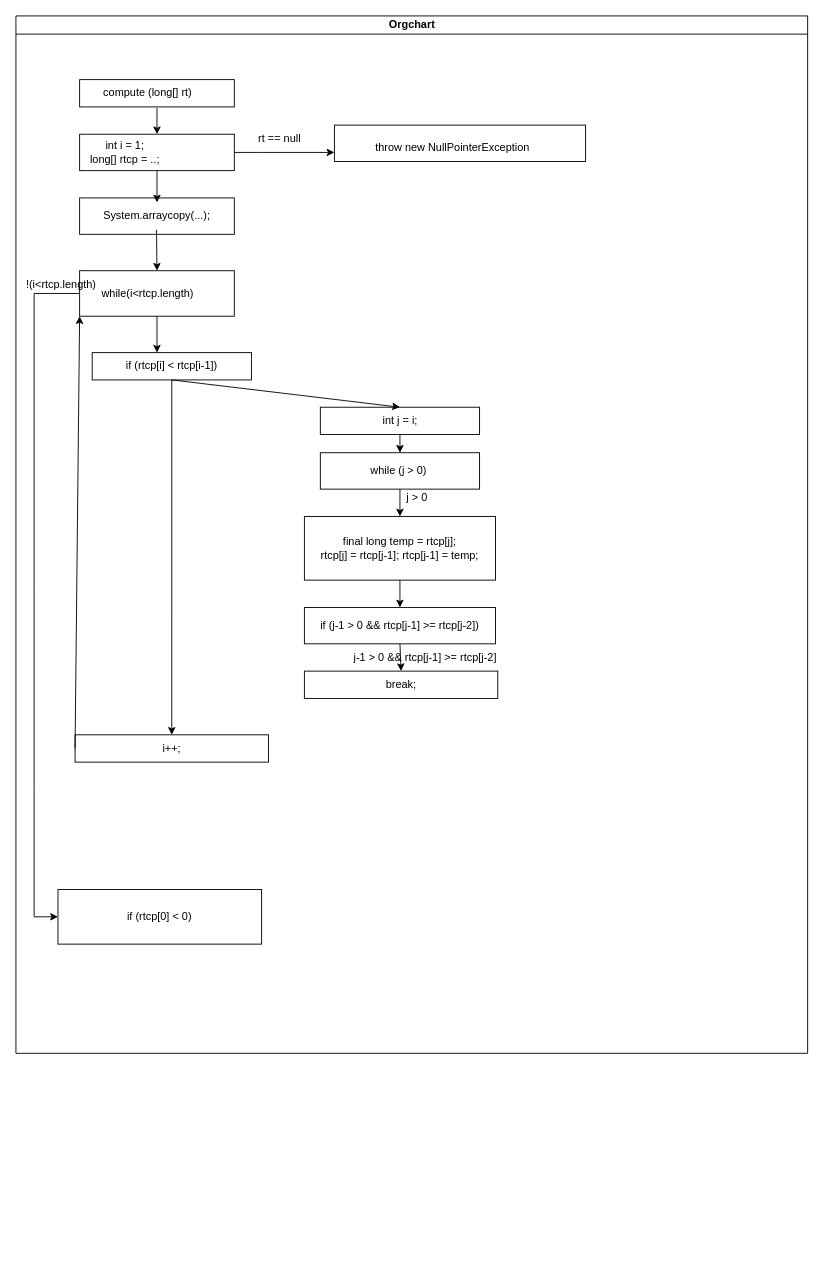
Earlier version of the draw.io diagram Se-ü5.drawio (Hiba97/Software-Engineering). Source tidied: cells renumbered, new cells numbered last; positions are measured from the earlier drawing's top-left corner, leaving out a move shared by most shapes. Both pictures are drawn from the tidied source at 91%, with x=0, y=0 at pixel (15, 15).
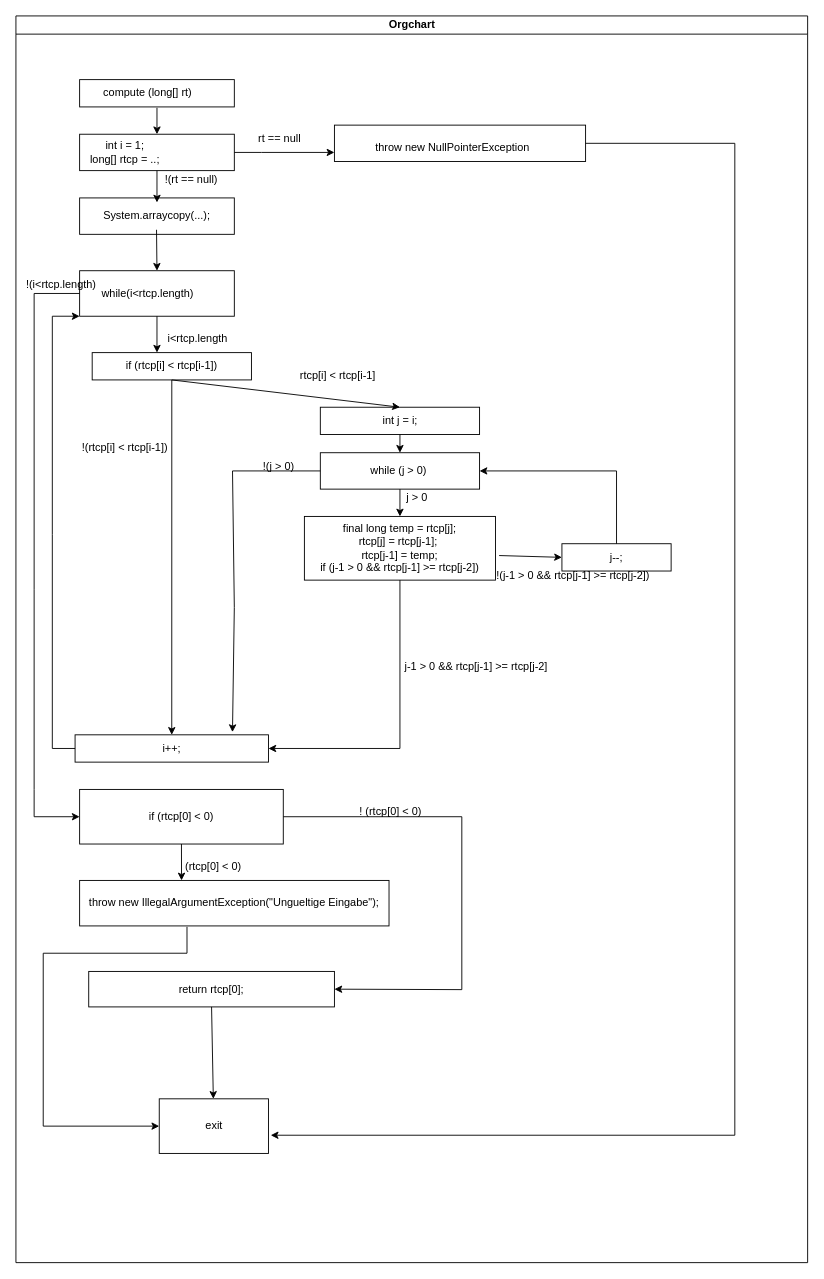
After the change.

The change refers to these unchanged cells:
```xml
<mxCell id="6" style="rounded=0;whiteSpace=wrap;html=1;" parent="2" vertex="1">
  <mxGeometry x="350" y="120" width="276" height="40" as="geometry" />
</mxCell>
<mxCell id="15" style="rounded=0;whiteSpace=wrap;html=1;" parent="2" vertex="1">
  <mxGeometry x="70" y="280" width="170" height="50" as="geometry" />
</mxCell>
<mxCell id="21" value="while (j &amp;gt; 0)&amp;nbsp;" style="rounded=0;whiteSpace=wrap;html=1;" parent="2" vertex="1">
  <mxGeometry x="334.5" y="480" width="175" height="40" as="geometry" />
</mxCell>
<mxCell id="29" value="i++;" style="rounded=0;whiteSpace=wrap;html=1;" parent="2" vertex="1">
  <mxGeometry x="65" y="790" width="212.5" height="30" as="geometry" />
</mxCell>
```

The edit, as a diff of the source:
```diff
@@
     <mxCell id="2" value="Orgchart" style="swimlane;html=1;startSize=20;horizontal=1;containerType=tree;glass=0;" parent="1" vertex="1">
-      <mxGeometry width="870" height="1140" as="geometry" />
+      <mxGeometry width="870" height="1370" as="geometry" />
     </mxCell>
@@
-    <mxCell id="24" value="&lt;div&gt;final long temp = rtcp[j];&lt;/div&gt;&lt;div&gt;rtcp[j] = rtcp[j-1]; rtcp[j-1] = temp;&lt;/div&gt;" style="rounded=0;whiteSpace=wrap;html=1;" parent="2" vertex="1">
+    <mxCell id="24" value="&lt;div&gt;final long temp = rtcp[j];&lt;/div&gt;&lt;div&gt;rtcp[j] = rtcp[j-1];&amp;nbsp;&lt;/div&gt;&lt;div&gt;rtcp[j-1] = temp;&lt;/div&gt;&lt;div&gt;if (j-1 &amp;gt; 0 &amp;amp;&amp;amp; rtcp[j-1] &amp;gt;= rtcp[j-2])&lt;br&gt;&lt;/div&gt;" style="rounded=0;whiteSpace=wrap;html=1;" parent="2" vertex="1">
       <mxGeometry x="317" y="550" width="210" height="70" as="geometry" />
     </mxCell>
@@
-    <mxCell id="26" value="if (j-1 &amp;gt; 0 &amp;amp;&amp;amp; rtcp[j-1] &amp;gt;= rtcp[j-2])" style="rounded=0;whiteSpace=wrap;html=1;" parent="2" vertex="1">
-      <mxGeometry x="317" y="650" width="210" height="40" as="geometry" />
-    </mxCell>
@@
-    <mxCell id="28" value="break;" style="rounded=0;whiteSpace=wrap;html=1;" parent="2" vertex="1">
-      <mxGeometry x="317" y="720" width="212.5" height="30" as="geometry" />
-    </mxCell>
@@
-    <mxCell id="31" style="endArrow=classic;html=1;rounded=0;exitX=0.5;exitY=1;exitDx=0;exitDy=0;entryX=0.5;entryY=0;entryDx=0;entryDy=0;" parent="2" edge="1" source="24" target="26">
-      <mxGeometry relative="1" as="geometry" />
+    <mxCell id="31" style="endArrow=classic;html=1;rounded=0;exitX=0.5;exitY=1;exitDx=0;exitDy=0;entryX=1;entryY=0.5;entryDx=0;entryDy=0;" parent="2" edge="1" source="24" target="29">
+      <mxGeometry relative="1" as="geometry">
+        <Array as="points">
+          <mxPoint x="422" y="805" />
+        </Array>
+      </mxGeometry>
     </mxCell>
-    <mxCell id="32" style="endArrow=classic;html=1;rounded=0;exitX=0.5;exitY=1;exitDx=0;exitDy=0;entryX=0.5;entryY=0;entryDx=0;entryDy=0;" parent="2" edge="1" source="26" target="28">
-      <mxGeometry relative="1" as="geometry" />
-    </mxCell>
     <mxCell id="33" value="j-1 &amp;gt; 0 &amp;amp;&amp;amp; rtcp[j-1] &amp;gt;= rtcp[j-2]" style="text;html=1;strokeColor=none;fillColor=none;align=center;verticalAlign=middle;whiteSpace=wrap;rounded=0;" parent="2" vertex="1">
-      <mxGeometry x="330" y="690" width="240" height="30" as="geometry" />
+      <mxGeometry x="386" y="700" width="240" height="30" as="geometry" />
     </mxCell>
     <mxCell id="34" value="if (rtcp[0] &amp;lt; 0)" style="rounded=0;whiteSpace=wrap;html=1;" parent="2" vertex="1">
-      <mxGeometry x="46.2" y="960" width="223.8" height="60" as="geometry" />
+      <mxGeometry x="70" y="850" width="223.8" height="60" as="geometry" />
     </mxCell>
     <mxCell id="35" style="endArrow=classic;html=1;rounded=0;exitX=0;exitY=0.5;exitDx=0;exitDy=0;entryX=0;entryY=0.5;entryDx=0;entryDy=0;" parent="2" edge="1" source="15" target="34">
       <mxGeometry relative="1" as="geometry">
         <Array as="points">
           <mxPoint x="20" y="305" />
           <mxPoint x="20" y="630" />
           <mxPoint x="20" y="850" />
-          <mxPoint x="20" y="990" />
+          <mxPoint x="20" y="880" />
         </Array>
       </mxGeometry>
     </mxCell>
     <mxCell id="36" style="endArrow=classic;html=1;rounded=0;exitX=0;exitY=0.5;exitDx=0;exitDy=0;entryX=0;entryY=1;entryDx=0;entryDy=0;" parent="2" edge="1" source="29" target="15">
-      <mxGeometry relative="1" as="geometry" />
+      <mxGeometry relative="1" as="geometry">
+        <Array as="points">
+          <mxPoint x="40" y="805" />
+          <mxPoint x="40" y="570" />
+          <mxPoint x="40" y="330" />
+        </Array>
+      </mxGeometry>
     </mxCell>
@@
+    <mxCell id="38" value="i&amp;lt;rtcp.length" style="text;html=1;strokeColor=none;fillColor=none;align=center;verticalAlign=middle;whiteSpace=wrap;rounded=0;" parent="2" vertex="1">
+      <mxGeometry x="170" y="340" width="60" height="30" as="geometry" />
+    </mxCell>
+    <mxCell id="39" value="rtcp[i] &amp;lt; rtcp[i-1]" style="text;html=1;strokeColor=none;fillColor=none;align=center;verticalAlign=middle;whiteSpace=wrap;rounded=0;" parent="2" vertex="1">
+      <mxGeometry x="258.8" y="380" width="190" height="30" as="geometry" />
+    </mxCell>
+    <mxCell id="40" style="endArrow=classic;html=1;rounded=0;exitX=0;exitY=0.5;exitDx=0;exitDy=0;entryX=0.814;entryY=-0.1;entryDx=0;entryDy=0;entryPerimeter=0;" parent="2" edge="1" source="21" target="29">
+      <mxGeometry relative="1" as="geometry">
+        <Array as="points">
+          <mxPoint x="238" y="500" />
+          <mxPoint x="240" y="650" />
+        </Array>
+      </mxGeometry>
+    </mxCell>
+    <mxCell id="41" value="!(j &amp;gt; 0)" style="text;html=1;strokeColor=none;fillColor=none;align=center;verticalAlign=middle;whiteSpace=wrap;rounded=0;" parent="2" vertex="1">
+      <mxGeometry x="258.8" y="480" width="60" height="30" as="geometry" />
+    </mxCell>
+    <mxCell id="42" value="j--;" style="rounded=0;whiteSpace=wrap;html=1;" parent="2" vertex="1">
+      <mxGeometry x="600" y="580" width="120" height="30" as="geometry" />
+    </mxCell>
+    <mxCell id="43" style="endArrow=classic;html=1;rounded=0;exitX=1.019;exitY=0.614;exitDx=0;exitDy=0;exitPerimeter=0;entryX=0;entryY=0.5;entryDx=0;entryDy=0;" parent="2" edge="1" source="24" target="42">
+      <mxGeometry relative="1" as="geometry" />
+    </mxCell>
+    <mxCell id="44" style="endArrow=classic;html=1;rounded=0;exitX=0.5;exitY=0;exitDx=0;exitDy=0;entryX=1;entryY=0.5;entryDx=0;entryDy=0;" parent="2" edge="1" source="42" target="21">
+      <mxGeometry relative="1" as="geometry">
+        <Array as="points">
+          <mxPoint x="660" y="500" />
+        </Array>
+      </mxGeometry>
+    </mxCell>
+    <mxCell id="45" value="!(j-1 &amp;gt; 0 &amp;amp;&amp;amp; rtcp[j-1] &amp;gt;= rtcp[j-2])" style="text;html=1;strokeColor=none;fillColor=none;align=center;verticalAlign=middle;whiteSpace=wrap;rounded=0;" parent="2" vertex="1">
+      <mxGeometry x="527" y="600" width="170.5" height="30" as="geometry" />
+    </mxCell>
+    <mxCell id="46" value="throw new IllegalArgumentException(&quot;Ungueltige Eingabe&quot;);" style="rounded=0;whiteSpace=wrap;html=1;" parent="2" vertex="1">
+      <mxGeometry x="70" y="950" width="340" height="50" as="geometry" />
+    </mxCell>
+    <mxCell id="47" value="return rtcp[0];" style="rounded=0;whiteSpace=wrap;html=1;" parent="2" vertex="1">
+      <mxGeometry x="80" y="1050" width="270" height="39" as="geometry" />
+    </mxCell>
+    <mxCell id="48" style="endArrow=classic;html=1;rounded=0;exitX=0.5;exitY=1;exitDx=0;exitDy=0;" parent="2" edge="1" source="34">
+      <mxGeometry relative="1" as="geometry">
+        <mxPoint x="182" y="950" as="targetPoint" />
+      </mxGeometry>
+    </mxCell>
+    <mxCell id="49" style="endArrow=classic;html=1;rounded=0;exitX=1;exitY=0.5;exitDx=0;exitDy=0;entryX=1;entryY=0.5;entryDx=0;entryDy=0;" parent="2" edge="1" source="34" target="47">
+      <mxGeometry relative="1" as="geometry">
+        <Array as="points">
+          <mxPoint x="490" y="880" />
+          <mxPoint x="490" y="1070" />
+        </Array>
+      </mxGeometry>
+    </mxCell>
+    <mxCell id="50" value="&amp;nbsp;(rtcp[0] &amp;lt; 0)" style="text;html=1;strokeColor=none;fillColor=none;align=center;verticalAlign=middle;whiteSpace=wrap;rounded=0;" parent="2" vertex="1">
+      <mxGeometry x="138.5" y="920" width="153" height="30" as="geometry" />
+    </mxCell>
+    <mxCell id="51" value="!&amp;nbsp;(rtcp[0] &amp;lt; 0)" style="text;html=1;strokeColor=none;fillColor=none;align=center;verticalAlign=middle;whiteSpace=wrap;rounded=0;" parent="2" vertex="1">
+      <mxGeometry x="317" y="860" width="190" height="30" as="geometry" />
+    </mxCell>
+    <mxCell id="52" value="exit" style="rounded=0;whiteSpace=wrap;html=1;" parent="2" vertex="1">
+      <mxGeometry x="157.5" y="1190" width="120" height="60" as="geometry" />
+    </mxCell>
+    <mxCell id="53" style="endArrow=classic;html=1;rounded=0;exitX=0.5;exitY=1;exitDx=0;exitDy=0;" parent="2" edge="1" source="47" target="52">
+      <mxGeometry relative="1" as="geometry" />
+    </mxCell>
+    <mxCell id="54" style="endArrow=classic;html=1;rounded=0;exitX=0.347;exitY=1.02;exitDx=0;exitDy=0;exitPerimeter=0;entryX=0;entryY=0.5;entryDx=0;entryDy=0;" parent="2" edge="1" source="46" target="52">
+      <mxGeometry relative="1" as="geometry">
+        <Array as="points">
+          <mxPoint x="188" y="1030" />
+          <mxPoint x="30" y="1030" />
+          <mxPoint x="30" y="1220" />
+        </Array>
+      </mxGeometry>
+    </mxCell>
+    <mxCell id="55" value="!(rtcp[i] &amp;lt; rtcp[i-1])" style="text;html=1;strokeColor=none;fillColor=none;align=center;verticalAlign=middle;whiteSpace=wrap;rounded=0;" parent="2" vertex="1">
+      <mxGeometry x="25" y="460" width="190" height="30" as="geometry" />
+    </mxCell>
+    <mxCell id="56" value="!(rt == null)" style="text;html=1;strokeColor=none;fillColor=none;align=center;verticalAlign=middle;whiteSpace=wrap;rounded=0;" parent="2" vertex="1">
+      <mxGeometry x="107.5" y="165" width="170" height="30" as="geometry" />
+    </mxCell>
+    <mxCell id="57" style="endArrow=classic;html=1;rounded=0;exitX=1;exitY=0.5;exitDx=0;exitDy=0;" parent="1" edge="1" source="6">
+      <mxGeometry relative="1" as="geometry">
+        <mxPoint x="280" y="1230" as="targetPoint" />
+        <Array as="points">
+          <mxPoint x="790" y="140" />
+          <mxPoint x="790" y="1230" />
+        </Array>
+      </mxGeometry>
+    </mxCell>
```
